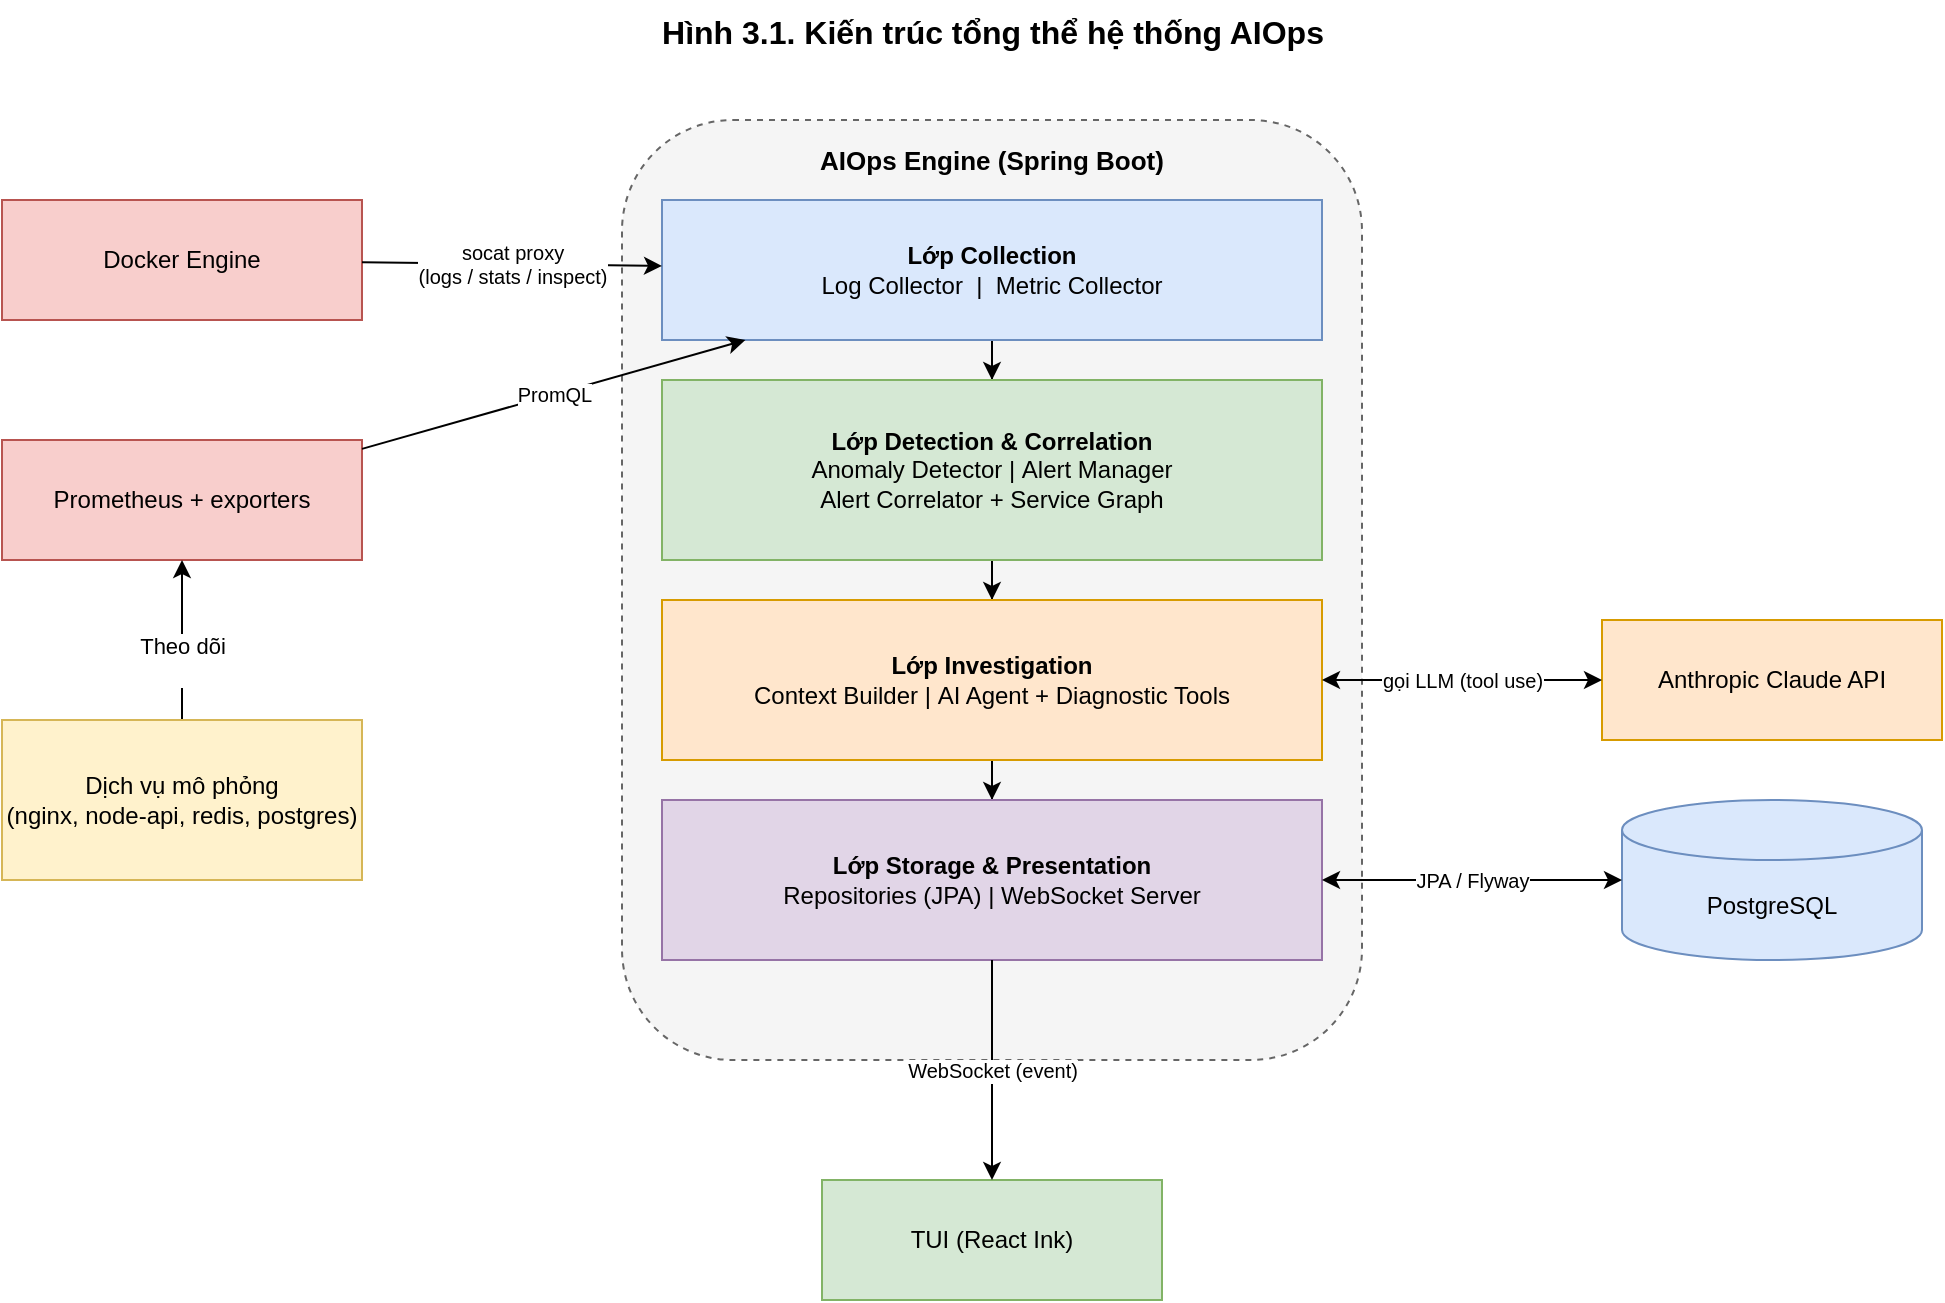
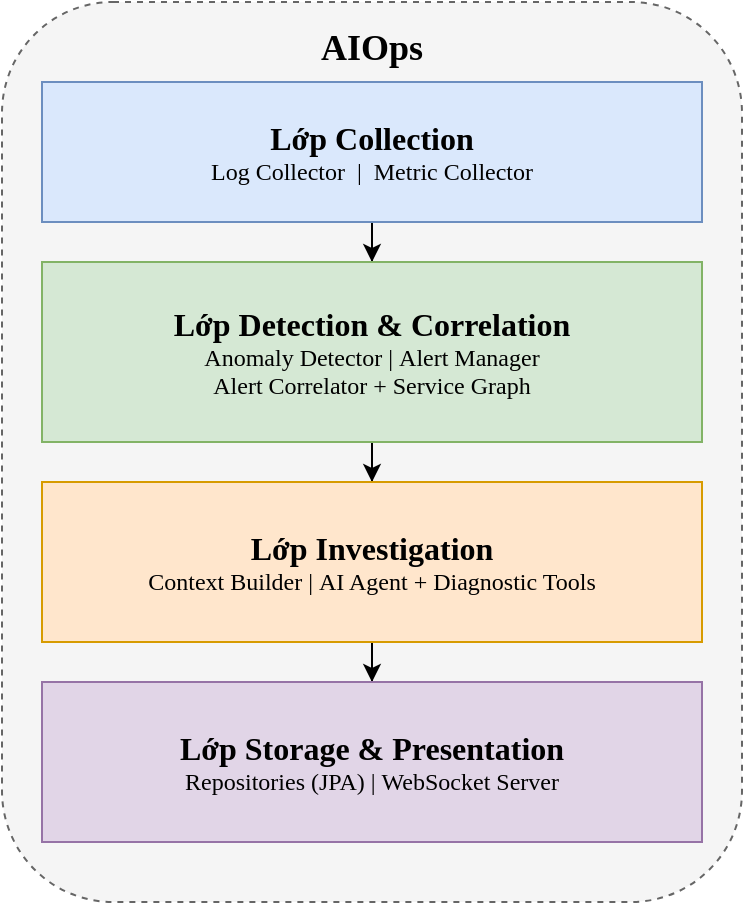
<mxfile host="app.diagrams.net">
  <diagram name="Hình 3.1 - Kiến trúc" id="arch-diagram">
-     <mxGraphModel dx="1030" dy="562" grid="1" gridSize="10" guides="1" tooltips="1" connect="1" arrows="1" fold="1" page="1" pageScale="1" pageWidth="1150" pageHeight="780" math="0" shadow="0">
+     <mxGraphModel dx="1212" dy="661" grid="1" gridSize="10" guides="1" tooltips="1" connect="1" arrows="1" fold="1" page="1" pageScale="1" pageWidth="1150" pageHeight="780" math="0" shadow="0">
      <root>
        <mxCell id="0" />
        <mxCell id="1" parent="0" />
-         <mxCell id="title" parent="1" style="text;html=1;align=center;fontSize=16;fontStyle=1;" value="Hình 3.1. Kiến trúc tổng thể hệ thống AIOps" vertex="1">
-           <mxGeometry height="30" width="450" x="350" y="20" as="geometry" />
-         </mxCell>
-         <mxCell id="engine" parent="1" style="rounded=1;whiteSpace=wrap;html=1;verticalAlign=top;align=center;fontStyle=1;fontSize=13;fillColor=#f5f5f5;strokeColor=#666666;dashed=1;spacingTop=6;" value="AIOps Engine (Spring Boot)" vertex="1">
-           <mxGeometry height="470" width="370" x="390" y="80" as="geometry" />
+         <mxCell id="engine" parent="1" style="rounded=1;whiteSpace=wrap;html=1;verticalAlign=top;align=center;fontStyle=1;fontSize=13;fillColor=#f5f5f5;strokeColor=#666666;dashed=1;spacingTop=6;" value="&lt;font face=&quot;Verdana&quot; style=&quot;font-size: 18px;&quot;&gt;AIOps&lt;/font&gt;" vertex="1">
+           <mxGeometry height="450" width="370" x="390" y="80" as="geometry" />
        </mxCell>
        <mxCell id="EbkBVy1AGABP7T4zHNfS-1" edge="1" parent="1" source="L1" style="edgeStyle=orthogonalEdgeStyle;rounded=0;orthogonalLoop=1;jettySize=auto;html=1;" target="L2" value="">
          <mxGeometry relative="1" as="geometry" />
        </mxCell>
-         <mxCell id="L1" parent="1" style="rounded=0;whiteSpace=wrap;html=1;fillColor=#dae8fc;strokeColor=#6c8ebf;" value="&lt;b&gt;Lớp Collection&lt;/b&gt;&lt;div&gt;Log Collector&amp;nbsp;&amp;nbsp;|&amp;nbsp;&amp;nbsp;Metric Collector&lt;/div&gt;" vertex="1">
+         <mxCell id="L1" parent="1" style="rounded=0;whiteSpace=wrap;html=1;fillColor=#dae8fc;strokeColor=#6c8ebf;" value="&lt;b&gt;&lt;font style=&quot;font-size: 16px;&quot; face=&quot;Verdana&quot;&gt;Lớp Collection&lt;/font&gt;&lt;/b&gt;&lt;div&gt;&lt;font face=&quot;Verdana&quot;&gt;Log Collector&amp;nbsp;&amp;nbsp;|&amp;nbsp;&amp;nbsp;Metric Collector&lt;/font&gt;&lt;/div&gt;" vertex="1">
          <mxGeometry height="70" width="330" x="410" y="120" as="geometry" />
        </mxCell>
        <mxCell id="EbkBVy1AGABP7T4zHNfS-2" edge="1" parent="1" source="L2" style="edgeStyle=orthogonalEdgeStyle;rounded=0;orthogonalLoop=1;jettySize=auto;html=1;" target="L3" value="">
          <mxGeometry relative="1" as="geometry" />
        </mxCell>
-         <mxCell id="L2" parent="1" style="rounded=0;whiteSpace=wrap;html=1;fillColor=#d5e8d4;strokeColor=#82b366;" value="&lt;b&gt;Lớp Detection &amp;amp; Correlation&lt;/b&gt;&lt;br&gt;Anomaly Detector&amp;nbsp;|&amp;nbsp;Alert Manager&lt;br&gt;Alert Correlator + Service Graph" vertex="1">
+         <mxCell id="L2" parent="1" style="rounded=0;whiteSpace=wrap;html=1;fillColor=#d5e8d4;strokeColor=#82b366;" value="&lt;font face=&quot;Verdana&quot;&gt;&lt;b&gt;&lt;font style=&quot;font-size: 16px;&quot;&gt;Lớp Detection &amp;amp; Correlation&lt;/font&gt;&lt;/b&gt;&lt;br&gt;Anomaly Detector&amp;nbsp;|&amp;nbsp;Alert Manager&lt;br&gt;Alert Correlator + Service Graph&lt;/font&gt;" vertex="1">
          <mxGeometry height="90" width="330" x="410" y="210" as="geometry" />
        </mxCell>
        <mxCell id="EbkBVy1AGABP7T4zHNfS-3" edge="1" parent="1" source="L3" style="edgeStyle=orthogonalEdgeStyle;rounded=0;orthogonalLoop=1;jettySize=auto;html=1;" target="L4" value="">
          <mxGeometry relative="1" as="geometry" />
        </mxCell>
-         <mxCell id="L3" parent="1" style="rounded=0;whiteSpace=wrap;html=1;fillColor=#ffe6cc;strokeColor=#d79b00;" value="&lt;b&gt;Lớp Investigation&lt;/b&gt;&lt;div&gt;Context Builder&amp;nbsp;|&amp;nbsp;AI Agent + Diagnostic Tools&lt;/div&gt;" vertex="1">
+         <mxCell id="L3" parent="1" style="rounded=0;whiteSpace=wrap;html=1;fillColor=#ffe6cc;strokeColor=#d79b00;" value="&lt;b&gt;&lt;font style=&quot;font-size: 16px;&quot; face=&quot;Verdana&quot;&gt;Lớp Investigation&lt;/font&gt;&lt;/b&gt;&lt;div&gt;&lt;font face=&quot;Verdana&quot;&gt;Context Builder&amp;nbsp;|&amp;nbsp;AI Agent + Diagnostic Tools&lt;/font&gt;&lt;/div&gt;" vertex="1">
          <mxGeometry height="80" width="330" x="410" y="320" as="geometry" />
        </mxCell>
-         <mxCell id="L4" parent="1" style="rounded=0;whiteSpace=wrap;html=1;fillColor=#e1d5e7;strokeColor=#9673a6;" value="&lt;b&gt;Lớp Storage &amp;amp; Presentation&lt;/b&gt;&lt;div&gt;Repositories (JPA)&amp;nbsp;|&amp;nbsp;WebSocket Server&lt;/div&gt;" vertex="1">
+         <mxCell id="L4" parent="1" style="rounded=0;whiteSpace=wrap;html=1;fillColor=#e1d5e7;strokeColor=#9673a6;" value="&lt;b&gt;&lt;font style=&quot;font-size: 16px;&quot; face=&quot;Verdana&quot;&gt;Lớp Storage &amp;amp; Presentation&lt;/font&gt;&lt;/b&gt;&lt;div&gt;&lt;font face=&quot;Verdana&quot;&gt;Repositories (JPA)&amp;nbsp;|&amp;nbsp;WebSocket Server&lt;/font&gt;&lt;/div&gt;" vertex="1">
          <mxGeometry height="80" width="330" x="410" y="420" as="geometry" />
-         </mxCell>
-         <mxCell id="docker" parent="1" style="rounded=0;whiteSpace=wrap;html=1;fillColor=#f8cecc;strokeColor=#b85450;" value="Docker Engine" vertex="1">
-           <mxGeometry height="60" width="180" x="80" y="120" as="geometry" />
-         </mxCell>
-         <mxCell id="prom" parent="1" style="rounded=0;whiteSpace=wrap;html=1;fillColor=#f8cecc;strokeColor=#b85450;" value="Prometheus + exporters" vertex="1">
-           <mxGeometry height="60" width="180" x="80" y="240" as="geometry" />
-         </mxCell>
-         <mxCell id="EbkBVy1AGABP7T4zHNfS-4" edge="1" parent="1" source="svc" style="edgeStyle=orthogonalEdgeStyle;rounded=0;orthogonalLoop=1;jettySize=auto;html=1;" target="prom" value="">
-           <mxGeometry relative="1" as="geometry" />
-         </mxCell>
-         <mxCell id="EbkBVy1AGABP7T4zHNfS-5" connectable="0" parent="EbkBVy1AGABP7T4zHNfS-4" style="edgeLabel;html=1;align=center;verticalAlign=middle;resizable=0;points=[];" value="Theo dõi&lt;div&gt;&lt;br&gt;&lt;/div&gt;" vertex="1">
-           <mxGeometry relative="1" x="0.01" y="1" as="geometry">
-             <mxPoint x="1" y="10" as="offset" />
-           </mxGeometry>
-         </mxCell>
-         <mxCell id="svc" parent="1" style="rounded=0;whiteSpace=wrap;html=1;fillColor=#fff2cc;strokeColor=#d6b656;" value="Dịch vụ mô phỏng&lt;div&gt;(nginx, node-api, redis, postgres)&lt;/div&gt;" vertex="1">
-           <mxGeometry height="80" width="180" x="80" y="380" as="geometry" />
-         </mxCell>
-         <mxCell id="tui" parent="1" style="rounded=0;whiteSpace=wrap;html=1;fillColor=#d5e8d4;strokeColor=#82b366;" value="TUI (React Ink)" vertex="1">
-           <mxGeometry height="60" width="170" x="490" y="610" as="geometry" />
-         </mxCell>
-         <mxCell id="pg" parent="1" style="shape=cylinder3;whiteSpace=wrap;html=1;boundedLbl=1;backgroundOutline=1;fillColor=#dae8fc;strokeColor=#6c8ebf;" value="PostgreSQL" vertex="1">
-           <mxGeometry height="80" width="150" x="890" y="420" as="geometry" />
-         </mxCell>
-         <mxCell id="claude" parent="1" style="rounded=0;whiteSpace=wrap;html=1;fillColor=#ffe6cc;strokeColor=#d79b00;" value="Anthropic Claude API" vertex="1">
-           <mxGeometry height="60" width="170" x="880" y="330" as="geometry" />
-         </mxCell>
-         <mxCell id="a1" edge="1" parent="1" source="docker" style="endArrow=classic;html=1;fontSize=10;" target="L1" value="socat proxy&#xa;(logs / stats / inspect)">
-           <mxGeometry relative="1" as="geometry" />
-         </mxCell>
-         <mxCell id="a2" edge="1" parent="1" source="prom" style="endArrow=classic;html=1;fontSize=10;" target="L1" value="PromQL">
-           <mxGeometry relative="1" as="geometry" />
-         </mxCell>
-         <mxCell id="a4" edge="1" parent="1" source="L4" style="endArrow=classic;html=1;fontSize=10;" target="tui" value="WebSocket (event)">
-           <mxGeometry relative="1" as="geometry" />
-         </mxCell>
-         <mxCell id="a5" edge="1" parent="1" source="L4" style="endArrow=classic;startArrow=classic;html=1;fontSize=10;" target="pg" value="JPA / Flyway">
-           <mxGeometry relative="1" as="geometry" />
-         </mxCell>
-         <mxCell id="a6" edge="1" parent="1" source="L3" style="endArrow=classic;startArrow=classic;html=1;fontSize=10;" target="claude" value="gọi LLM (tool use)">
-           <mxGeometry relative="1" as="geometry" />
        </mxCell>
      </root>
    </mxGraphModel>
  </diagram>
</mxfile>
